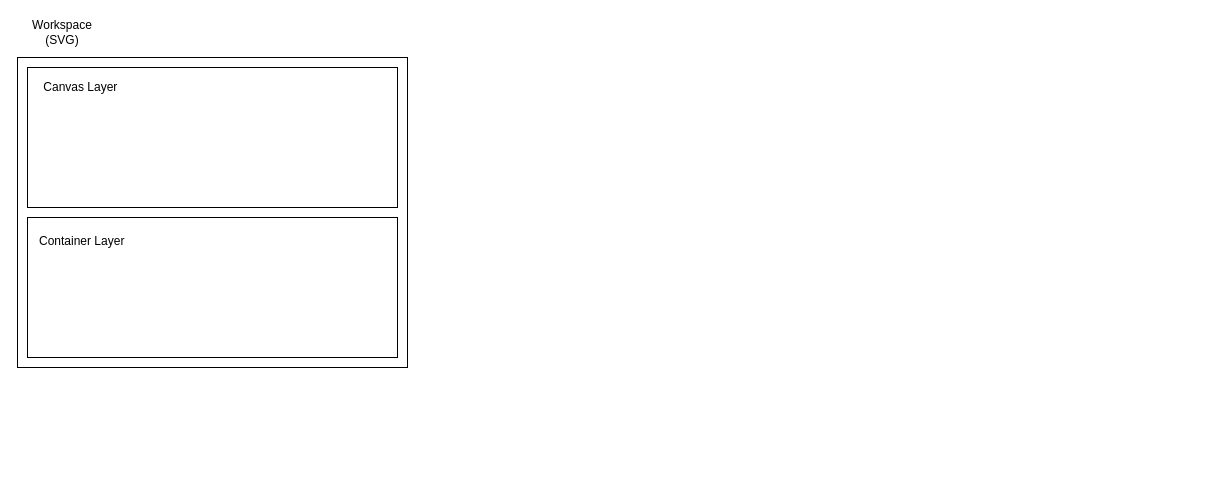
Earlier version of the draw.io diagram docs/diagram/omega.drawio (LinkXSystem/omega). Source tidied: cells renumbered, new cells numbered last; positions are measured from the earlier drawing's top-left corner, leaving out a move shared by most shapes. Both pictures are drawn from the tidied source at 100%, with x=0, y=0 at pixel (17, 17).
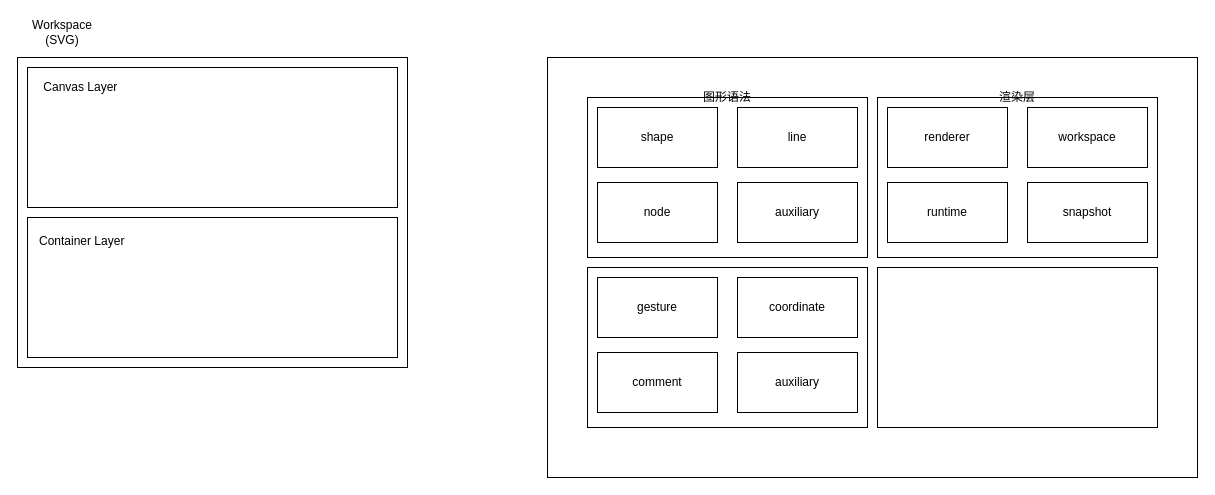
The same diagram, later.

The edit, as a diff of the source:
```diff
@@
+    <mxCell id="8" style="rounded=0;whiteSpace=wrap;html=1;" parent="1" vertex="1">
+      <mxGeometry x="550" y="60" width="610" height="370" as="geometry" />
+    </mxCell>
+    <mxCell id="9" style="rounded=0;whiteSpace=wrap;html=1;" parent="1" vertex="1">
+      <mxGeometry x="530" y="40" width="650" height="420" as="geometry" />
+    </mxCell>
+    <mxCell id="10" style="rounded=0;whiteSpace=wrap;html=1;" parent="1" vertex="1">
+      <mxGeometry x="860" y="80" width="280" height="160" as="geometry" />
+    </mxCell>
+    <mxCell id="11" style="rounded=0;whiteSpace=wrap;html=1;" parent="1" vertex="1">
+      <mxGeometry x="570" y="80" width="280" height="160" as="geometry" />
+    </mxCell>
@@
+    <mxCell id="12" value="shape" style="rounded=0;whiteSpace=wrap;html=1;" parent="1" vertex="1">
+      <mxGeometry x="580" y="90" width="120" height="60" as="geometry" />
+    </mxCell>
+    <mxCell id="13" value="line" style="rounded=0;whiteSpace=wrap;html=1;" parent="1" vertex="1">
+      <mxGeometry x="720" y="90" width="120" height="60" as="geometry" />
+    </mxCell>
+    <mxCell id="14" value="node" style="rounded=0;whiteSpace=wrap;html=1;" parent="1" vertex="1">
+      <mxGeometry x="580" y="165" width="120" height="60" as="geometry" />
+    </mxCell>
+    <mxCell id="15" value="auxiliary" style="rounded=0;whiteSpace=wrap;html=1;" parent="1" vertex="1">
+      <mxGeometry x="720" y="165" width="120" height="60" as="geometry" />
+    </mxCell>
+    <mxCell id="16" style="rounded=0;whiteSpace=wrap;html=1;" parent="1" vertex="1">
+      <mxGeometry x="570" y="250" width="280" height="160" as="geometry" />
+    </mxCell>
+    <mxCell id="17" value="gesture" style="rounded=0;whiteSpace=wrap;html=1;" parent="1" vertex="1">
+      <mxGeometry x="580" y="260" width="120" height="60" as="geometry" />
+    </mxCell>
+    <mxCell id="18" value="coordinate" style="rounded=0;whiteSpace=wrap;html=1;" parent="1" vertex="1">
+      <mxGeometry x="720" y="260" width="120" height="60" as="geometry" />
+    </mxCell>
+    <mxCell id="19" value="comment" style="rounded=0;whiteSpace=wrap;html=1;" parent="1" vertex="1">
+      <mxGeometry x="580" y="335" width="120" height="60" as="geometry" />
+    </mxCell>
+    <mxCell id="20" value="auxiliary" style="rounded=0;whiteSpace=wrap;html=1;" parent="1" vertex="1">
+      <mxGeometry x="720" y="335" width="120" height="60" as="geometry" />
+    </mxCell>
+    <mxCell id="21" value="renderer" style="rounded=0;whiteSpace=wrap;html=1;" parent="1" vertex="1">
+      <mxGeometry x="870" y="90" width="120" height="60" as="geometry" />
+    </mxCell>
+    <mxCell id="22" value="workspace" style="rounded=0;whiteSpace=wrap;html=1;" parent="1" vertex="1">
+      <mxGeometry x="1010" y="90" width="120" height="60" as="geometry" />
+    </mxCell>
+    <mxCell id="23" value="runtime" style="rounded=0;whiteSpace=wrap;html=1;" parent="1" vertex="1">
+      <mxGeometry x="870" y="165" width="120" height="60" as="geometry" />
+    </mxCell>
+    <mxCell id="24" value="snapshot" style="rounded=0;whiteSpace=wrap;html=1;" parent="1" vertex="1">
+      <mxGeometry x="1010" y="165" width="120" height="60" as="geometry" />
+    </mxCell>
+    <mxCell id="25" style="rounded=0;whiteSpace=wrap;html=1;" parent="1" vertex="1">
+      <mxGeometry x="860" y="250" width="280" height="160" as="geometry" />
+    </mxCell>
+    <mxCell id="26" value="图形语法" style="text;html=1;strokeColor=none;fillColor=none;align=center;verticalAlign=middle;whiteSpace=wrap;rounded=0;" parent="1" vertex="1">
+      <mxGeometry x="680" y="70" width="60" height="20" as="geometry" />
+    </mxCell>
+    <mxCell id="27" value="渲染层" style="text;html=1;strokeColor=none;fillColor=none;align=center;verticalAlign=middle;whiteSpace=wrap;rounded=0;" parent="1" vertex="1">
+      <mxGeometry x="970" y="70" width="60" height="20" as="geometry" />
+    </mxCell>
```
